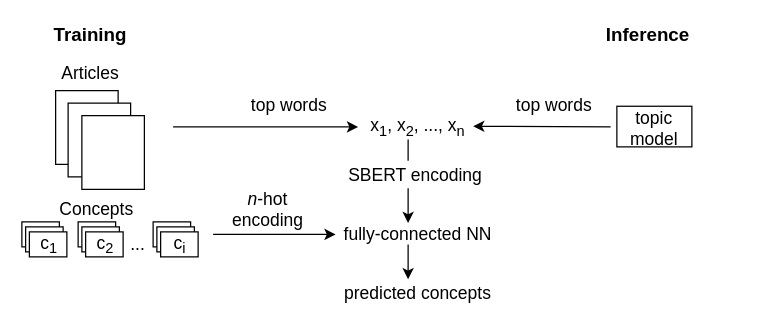
Earlier version of the draw.io diagram Untitled Diagram.drawio (ezosa/topic-labelling). Source tidied: cells renumbered, new cells numbered last; positions are measured from the earlier drawing's top-left corner, leaving out a move shared by most shapes. Both pictures are drawn from the tidied source at 125%, with x=0, y=0 at pixel (21, 21).
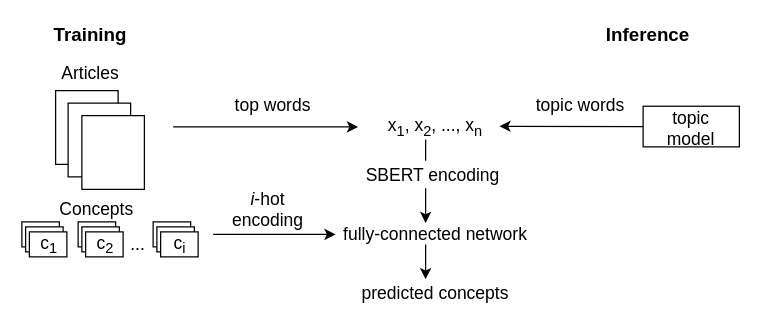
After the change.

The edit, as a diff of the source:
```diff
@@
     <mxCell id="8" value="top words" style="text;html=1;strokeColor=none;fillColor=none;align=center;verticalAlign=middle;whiteSpace=wrap;rounded=0;fontSize=14;" parent="1" vertex="1">
-      <mxGeometry x="164" y="57" width="100" height="20" as="geometry" />
+      <mxGeometry x="151" y="57" width="100" height="20" as="geometry" />
     </mxCell>
     <mxCell id="9" value="x&lt;sub&gt;1&lt;/sub&gt;, x&lt;sub&gt;2&lt;/sub&gt;, ..., x&lt;sub&gt;n&lt;/sub&gt;" style="text;html=1;strokeColor=none;fillColor=none;align=center;verticalAlign=middle;whiteSpace=wrap;rounded=0;fontSize=14;" parent="1" vertex="1">
-      <mxGeometry x="247" y="74" width="140" height="20" as="geometry" />
+      <mxGeometry x="261" y="74" width="140" height="20" as="geometry" />
     </mxCell>
     <mxCell id="10" style="endArrow=classic;html=1;fontSize=14;strokeWidth=1;" parent="1" edge="1">
       <mxGeometry relative="1" as="geometry">
-        <mxPoint x="309" y="133" as="sourcePoint" />
-        <mxPoint x="309" y="161" as="targetPoint" />
+        <mxPoint x="323" y="133" as="sourcePoint" />
+        <mxPoint x="323" y="161" as="targetPoint" />
         <Array as="points">
-          <mxPoint x="309" y="161" />
-          <mxPoint x="309" y="143" />
+          <mxPoint x="323" y="161" />
+          <mxPoint x="323" y="143" />
         </Array>
       </mxGeometry>
     </mxCell>
     <mxCell id="11" value="SBERT encoding" style="text;html=1;strokeColor=none;fillColor=none;align=center;verticalAlign=middle;whiteSpace=wrap;rounded=0;fontSize=14;" parent="1" vertex="1">
-      <mxGeometry x="220" y="113" width="190" height="20" as="geometry" />
+      <mxGeometry x="234" y="113" width="190" height="20" as="geometry" />
     </mxCell>
     <mxCell id="12" style="endArrow=none;html=1;fontSize=14;strokeWidth=1;" parent="1" edge="1">
       <mxGeometry relative="1" as="geometry">
-        <mxPoint x="309" y="111" as="sourcePoint" />
-        <mxPoint x="309" y="94" as="targetPoint" />
+        <mxPoint x="323" y="111" as="sourcePoint" />
+        <mxPoint x="323" y="94" as="targetPoint" />
       </mxGeometry>
     </mxCell>
-    <mxCell id="13" value="fully-connected NN" style="text;html=1;strokeColor=none;fillColor=none;align=center;verticalAlign=middle;whiteSpace=wrap;rounded=0;fontSize=14;" parent="1" vertex="1">
-      <mxGeometry x="222" y="160" width="190" height="20" as="geometry" />
+    <mxCell id="13" value="fully-connected network" style="text;html=1;strokeColor=none;fillColor=none;align=center;verticalAlign=middle;whiteSpace=wrap;rounded=0;fontSize=14;" parent="1" vertex="1">
+      <mxGeometry x="236" y="160" width="190" height="20" as="geometry" />
     </mxCell>
@@
     <mxCell id="17" style="rounded=0;whiteSpace=wrap;html=1;fontSize=14;" parent="1" vertex="1">
-      <mxGeometry x="476" y="67.5" width="60" height="32.5" as="geometry" />
+      <mxGeometry x="497" y="67.5" width="77" height="32.5" as="geometry" />
     </mxCell>
-    <mxCell id="18" style="endArrow=classic;html=1;fontSize=14;strokeWidth=1;" parent="1" edge="1">
+    <mxCell id="18" style="endArrow=classic;html=1;fontSize=14;strokeWidth=1;exitX=0;exitY=0.5;exitDx=0;exitDy=0;" parent="1" edge="1" source="17">
       <mxGeometry relative="1" as="geometry">
-        <mxPoint x="471" y="84" as="sourcePoint" />
-        <mxPoint x="361" y="83.5" as="targetPoint" />
+        <mxPoint x="382" y="83.5" as="targetPoint" />
       </mxGeometry>
     </mxCell>
     <mxCell id="19" value="topic model" style="text;html=1;strokeColor=none;fillColor=none;align=center;verticalAlign=middle;whiteSpace=wrap;rounded=0;fontSize=14;" parent="1" vertex="1">
-      <mxGeometry x="486" y="75" width="40" height="20" as="geometry" />
+      <mxGeometry x="507" y="75" width="57" height="20" as="geometry" />
     </mxCell>
     <mxCell id="20" style="endArrow=classic;html=1;fontSize=14;strokeWidth=1;" parent="1" edge="1">
       <mxGeometry relative="1" as="geometry">
-        <mxPoint x="309" y="178" as="sourcePoint" />
-        <mxPoint x="309" y="206" as="targetPoint" />
+        <mxPoint x="323" y="178" as="sourcePoint" />
+        <mxPoint x="323" y="206" as="targetPoint" />
         <Array as="points">
-          <mxPoint x="309" y="206" />
-          <mxPoint x="309" y="188" />
+          <mxPoint x="323" y="206" />
+          <mxPoint x="323" y="188" />
         </Array>
       </mxGeometry>
     </mxCell>
     <mxCell id="21" value="predicted concepts" style="text;html=1;strokeColor=none;fillColor=none;align=center;verticalAlign=middle;whiteSpace=wrap;rounded=0;fontSize=14;" parent="1" vertex="1">
-      <mxGeometry x="252" y="207" width="130" height="20" as="geometry" />
+      <mxGeometry x="266" y="207" width="130" height="20" as="geometry" />
     </mxCell>
@@
-    <mxCell id="24" value="&lt;div&gt;&lt;i&gt;n&lt;/i&gt;-hot &lt;br&gt;&lt;/div&gt;&lt;div&gt;encoding&lt;/div&gt;" style="text;html=1;strokeColor=none;fillColor=none;align=center;verticalAlign=middle;whiteSpace=wrap;rounded=0;fontSize=14;" parent="1" vertex="1">
+    <mxCell id="24" value="&lt;div&gt;&lt;i&gt;i&lt;/i&gt;-hot &lt;br&gt;&lt;/div&gt;&lt;div&gt;encoding&lt;/div&gt;" style="text;html=1;strokeColor=none;fillColor=none;align=center;verticalAlign=middle;whiteSpace=wrap;rounded=0;fontSize=14;" parent="1" vertex="1">
       <mxGeometry x="147" y="140" width="100" height="20" as="geometry" />
     </mxCell>
-    <mxCell id="25" value="top words" style="text;html=1;strokeColor=none;fillColor=none;align=center;verticalAlign=middle;whiteSpace=wrap;rounded=0;fontSize=14;" parent="1" vertex="1">
-      <mxGeometry x="376" y="57" width="100" height="20" as="geometry" />
+    <mxCell id="25" value="topic words" style="text;html=1;strokeColor=none;fillColor=none;align=center;verticalAlign=middle;whiteSpace=wrap;rounded=0;fontSize=14;" parent="1" vertex="1">
+      <mxGeometry x="397" y="57" width="100" height="20" as="geometry" />
     </mxCell>
```
